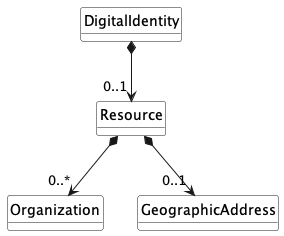
The PlantUML diagram uml_diagramms/images/AllPivotModelsCombined.png in laurenzhbr/graphql-mongodb, before a commit.
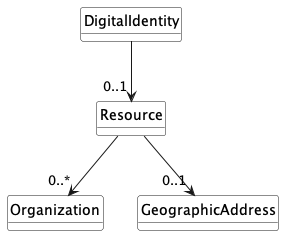
After the change.

Diff of the diagram source:
```diff
@@ -23,10 +23,10 @@
 
 }
 
-DigitalIdentity *-->  "0..1" Resource
+DigitalIdentity -->  "0..1" Resource
 
-Resource *--> "0..1" GeographicAddress
+Resource --> "0..1" GeographicAddress
 
-Resource *--> "0..*" Organization
+Resource --> "0..*" Organization
 
 @enduml
```
